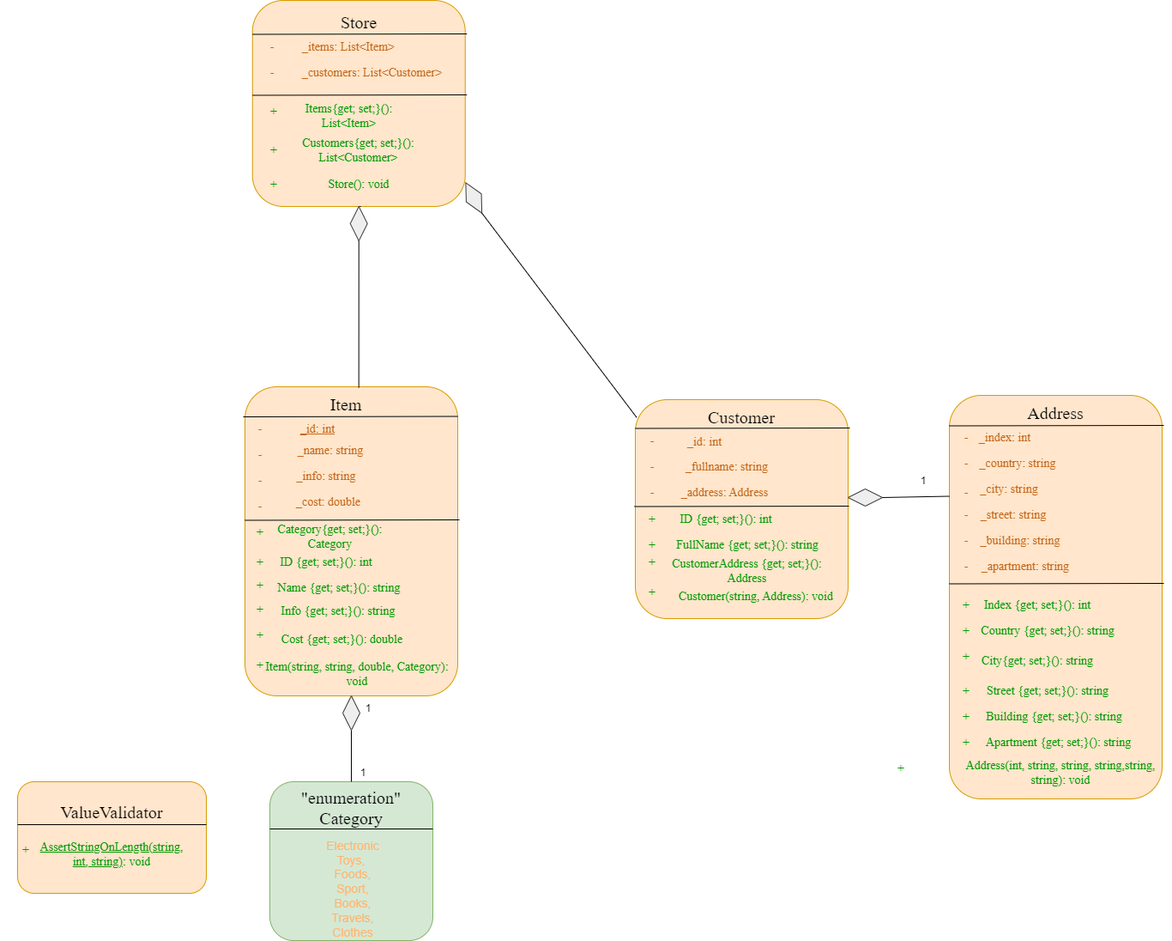
This is doc/ObjectOrientedPractics/Practics2png.png from KirillAksenov0/Programming, a draw.io export, as it was before one commit. Source tidied: cells renumbered, new cells last; positions are measured from the earlier drawing's top-left corner, leaving out a move shared by most shapes.
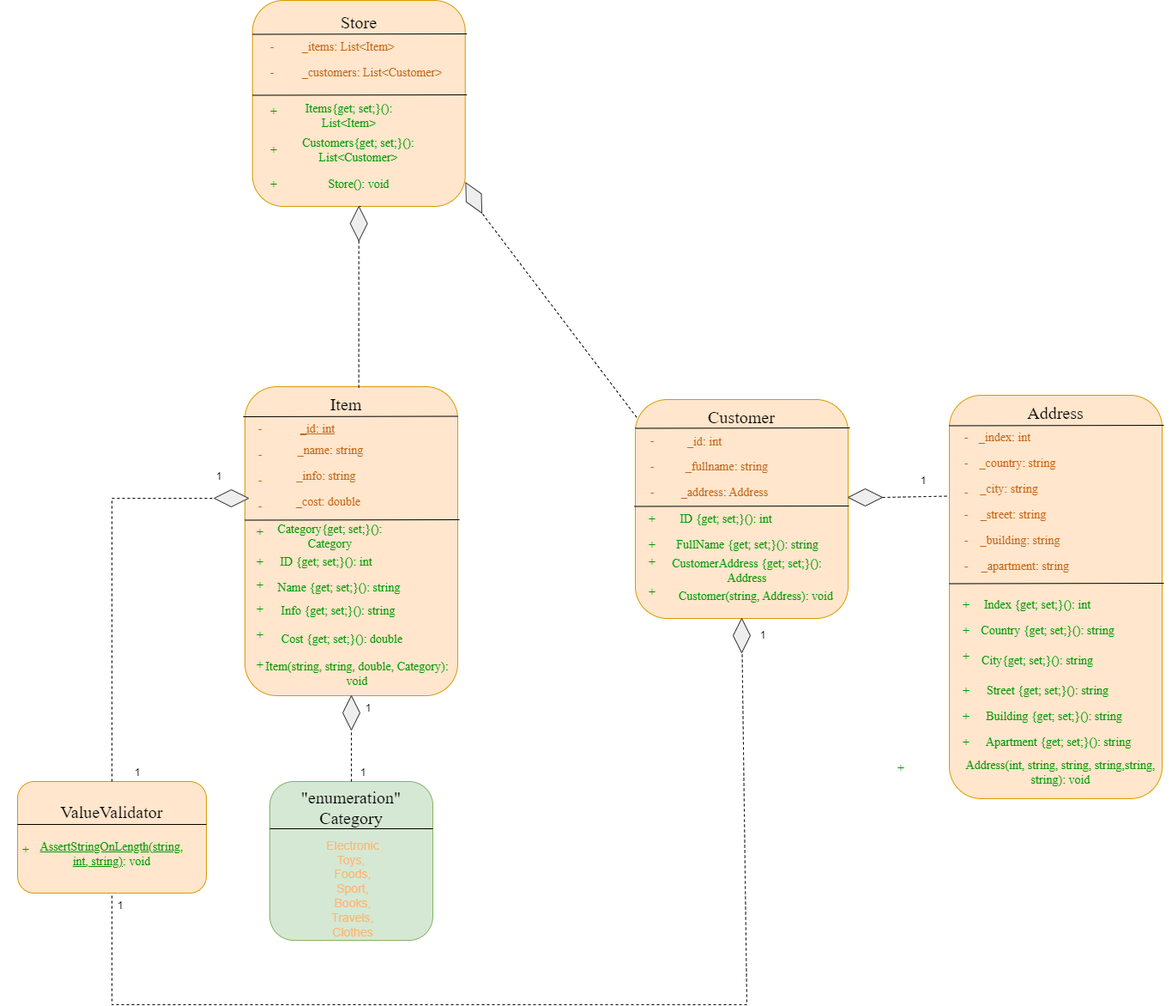
Above is the later version.

Commit message:
переделал диаграммы

What changed in the source:
```diff
@@ -132,7 +132,7 @@
     <mxCell id="36" style="endArrow=none;html=1;rounded=0;entryX=0.5;entryY=1;entryDx=0;entryDy=0;exitX=0.5;exitY=0;exitDx=0;exitDy=0;" parent="1" edge="1" source="38" target="12">
       <mxGeometry relative="1" as="geometry" />
     </mxCell>
-    <mxCell id="37" style="endArrow=none;html=1;rounded=0;entryX=0.5;entryY=1;entryDx=0;entryDy=0;exitX=0.5;exitY=0;exitDx=0;exitDy=0;" parent="1" edge="1" source="8" target="38">
+    <mxCell id="37" style="endArrow=none;html=1;rounded=0;entryX=0.5;entryY=1;entryDx=0;entryDy=0;exitX=0.5;exitY=0;exitDx=0;exitDy=0;dashed=1;" parent="1" edge="1" source="8" target="38">
       <mxGeometry relative="1" as="geometry" />
     </mxCell>
     <mxCell id="38" style="rhombus;whiteSpace=wrap;html=1;fillColor=#eeeeee;strokeColor=#36393d;" parent="1" vertex="1">
@@ -266,13 +266,13 @@
     <mxCell id="74" style="rhombus;whiteSpace=wrap;html=1;fillColor=#eeeeee;strokeColor=#36393d;" parent="1" vertex="1">
       <mxGeometry x="407.8" y="240" width="20" height="40" as="geometry" />
     </mxCell>
-    <mxCell id="75" style="endArrow=none;html=1;rounded=0;entryX=0.5;entryY=1;entryDx=0;entryDy=0;exitX=0.535;exitY=0.003;exitDx=0;exitDy=0;exitPerimeter=0;" parent="1" edge="1" source="12" target="74">
+    <mxCell id="75" style="endArrow=none;html=1;rounded=0;entryX=0.5;entryY=1;entryDx=0;entryDy=0;exitX=0.535;exitY=0.003;exitDx=0;exitDy=0;exitPerimeter=0;dashed=1;" parent="1" edge="1" source="12" target="74">
       <mxGeometry relative="1" as="geometry" />
     </mxCell>
     <mxCell id="76" style="rhombus;whiteSpace=wrap;html=1;fillColor=#eeeeee;strokeColor=#36393d;rotation=332;" parent="1" vertex="1">
       <mxGeometry x="541.8" y="210" width="20" height="40" as="geometry" />
     </mxCell>
-    <mxCell id="77" style="endArrow=none;html=1;rounded=0;entryX=0.5;entryY=1;entryDx=0;entryDy=0;exitX=0.006;exitY=0.081;exitDx=0;exitDy=0;exitPerimeter=0;" parent="1" edge="1" source="41" target="76">
+    <mxCell id="77" style="endArrow=none;html=1;rounded=0;entryX=0.5;entryY=1;entryDx=0;entryDy=0;exitX=0.006;exitY=0.081;exitDx=0;exitDy=0;exitPerimeter=0;dashed=1;" parent="1" edge="1" source="41" target="76">
       <mxGeometry relative="1" as="geometry" />
     </mxCell>
     <mxCell id="78" style="rounded=1;whiteSpace=wrap;html=1;fillColor=#ffe6cc;strokeColor=#d79b00;" parent="1" vertex="1">
@@ -380,11 +380,48 @@
     <mxCell id="108" style="rhombus;whiteSpace=wrap;html=1;fillColor=#eeeeee;strokeColor=#36393d;direction=south;" parent="1" vertex="1">
       <mxGeometry x="988" y="569" width="40" height="20" as="geometry" />
     </mxCell>
-    <mxCell id="109" style="endArrow=none;html=1;rounded=0;exitX=0.5;exitY=0;exitDx=0;exitDy=0;entryX=0;entryY=0.75;entryDx=0;entryDy=0;" parent="1" edge="1" source="108" target="83">
+    <mxCell id="109" style="endArrow=none;html=1;rounded=0;exitX=0.5;exitY=0;exitDx=0;exitDy=0;entryX=0;entryY=0.75;entryDx=0;entryDy=0;dashed=1;" parent="1" edge="1" source="108" target="83">
       <mxGeometry relative="1" as="geometry" />
     </mxCell>
     <mxCell id="110" value="1" style="text;html=1;align=center;verticalAlign=middle;whiteSpace=wrap;rounded=0;" parent="1" vertex="1">
       <mxGeometry x="1046" y="545" width="60" height="30" as="geometry" />
     </mxCell>
+    <mxCell id="111" style="endArrow=none;html=1;rounded=0;dashed=1;" parent="1" edge="1">
+      <mxGeometry relative="1" as="geometry">
+        <mxPoint x="130" y="910" as="sourcePoint" />
+        <mxPoint x="250" y="580" as="targetPoint" />
+        <Array as="points">
+          <mxPoint x="130" y="580" />
+        </Array>
+      </mxGeometry>
+    </mxCell>
+    <mxCell id="112" style="rhombus;whiteSpace=wrap;html=1;fillColor=#eeeeee;strokeColor=#36393d;direction=south;" parent="1" vertex="1">
+      <mxGeometry x="249.1" y="570" width="40" height="20" as="geometry" />
+    </mxCell>
+    <mxCell id="113" value="1" style="text;html=1;align=center;verticalAlign=middle;whiteSpace=wrap;rounded=0;" parent="1" vertex="1">
+      <mxGeometry x="130" y="885" width="60" height="30" as="geometry" />
+    </mxCell>
+    <mxCell id="114" value="1" style="text;html=1;align=center;verticalAlign=middle;whiteSpace=wrap;rounded=0;" parent="1" vertex="1">
+      <mxGeometry x="225" y="540" width="60" height="30" as="geometry" />
+    </mxCell>
+    <mxCell id="115" style="endArrow=none;html=1;rounded=0;exitX=0.5;exitY=1;exitDx=0;exitDy=0;dashed=1;" parent="1" edge="1" source="41">
+      <mxGeometry relative="1" as="geometry">
+        <mxPoint x="130" y="1040" as="targetPoint" />
+        <Array as="points">
+          <mxPoint x="870" y="1170" />
+          <mxPoint x="490" y="1170" />
+          <mxPoint x="130" y="1170" />
+        </Array>
+      </mxGeometry>
+    </mxCell>
+    <mxCell id="116" style="rhombus;whiteSpace=wrap;html=1;fillColor=#eeeeee;strokeColor=#36393d;" parent="1" vertex="1">
+      <mxGeometry x="854" y="720" width="20" height="40" as="geometry" />
+    </mxCell>
+    <mxCell id="117" value="1" style="text;html=1;align=center;verticalAlign=middle;whiteSpace=wrap;rounded=0;" parent="1" vertex="1">
+      <mxGeometry x="859.2" y="725" width="60" height="30" as="geometry" />
+    </mxCell>
+    <mxCell id="118" value="1" style="text;html=1;align=center;verticalAlign=middle;whiteSpace=wrap;rounded=0;" parent="1" vertex="1">
+      <mxGeometry x="110" y="1040" width="60" height="30" as="geometry" />
+    </mxCell>
   </root>
 </mxGraphModel>
```
